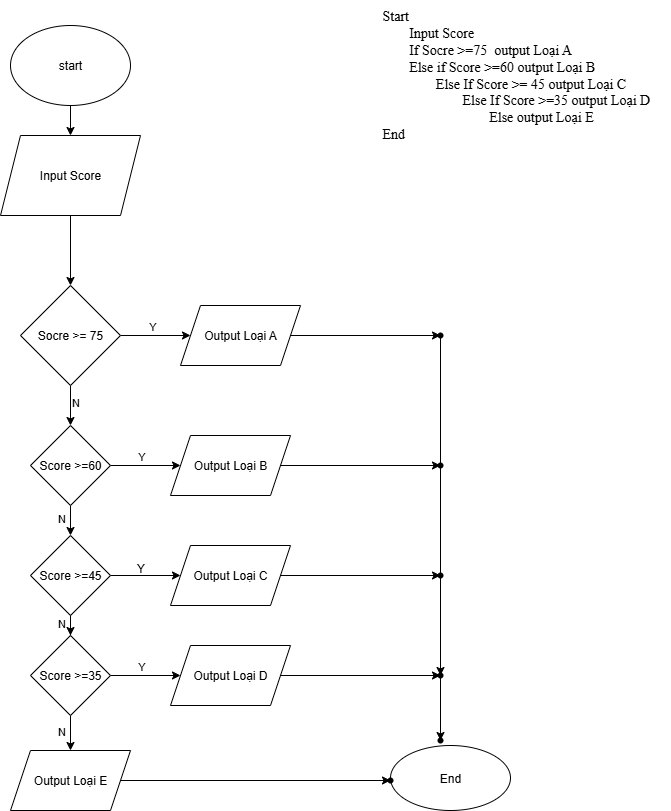
Earlier version of the draw.io export ss3_pseudo/bai5.png (DoanNhatLong/m1_c09). Source tidied: cells renumbered, new cells last; positions are measured from the earlier drawing's top-left corner, leaving out a move shared by most shapes.
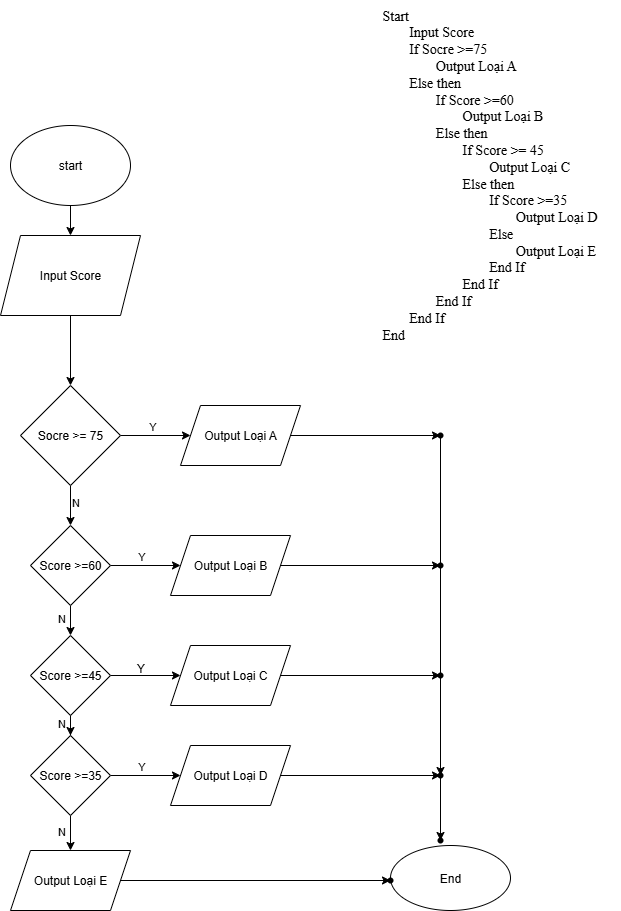
The same file after the commit.

Commit message:
Bai_tap_pseudo

What changed in the source:
```diff
@@ -17,8 +17,8 @@
     <mxCell id="6" value="End" style="ellipse;whiteSpace=wrap;html=1;" parent="1" vertex="1">
       <mxGeometry x="390" y="745" width="120" height="65" as="geometry" />
     </mxCell>
-    <mxCell id="7" value="&lt;font style=&quot;font-size: 14px;&quot; face=&quot;Times New Roman&quot;&gt;Start&lt;br&gt;&lt;span style=&quot;white-space: pre;&quot;&gt;&#9;&lt;/span&gt;Input Score&lt;/font&gt;&lt;div&gt;&lt;font face=&quot;Times New Roman&quot;&gt;&lt;span style=&quot;font-size: 14px;&quot;&gt;&lt;span style=&quot;white-space: pre;&quot;&gt;&#9;&lt;/span&gt;If Socre &amp;gt;=75&amp;nbsp; output Loại A&lt;br&gt;&lt;span style=&quot;white-space: pre;&quot;&gt;&#9;&lt;/span&gt;Else if Score &amp;gt;=60 output Loại B&lt;br&gt;&lt;span style=&quot;white-space: pre;&quot;&gt;&#9;&lt;/span&gt;&lt;span style=&quot;white-space: pre;&quot;&gt;&#9;&lt;/span&gt;Else If Score &amp;gt;= 45 output Loại C&lt;br&gt;&lt;span style=&quot;white-space: pre;&quot;&gt;&#9;&lt;/span&gt;&lt;span style=&quot;white-space: pre;&quot;&gt;&#9;&lt;/span&gt;&lt;span style=&quot;white-space: pre;&quot;&gt;&#9;&lt;/span&gt;Else If Score &amp;gt;=35 output Loại D&lt;br&gt;&lt;span style=&quot;white-space: pre;&quot;&gt;&#9;&lt;/span&gt;&lt;span style=&quot;white-space: pre;&quot;&gt;&#9;&lt;/span&gt;&lt;span style=&quot;white-space: pre;&quot;&gt;&#9;&lt;/span&gt;&lt;span style=&quot;white-space: pre;&quot;&gt;&#9;&lt;/span&gt;Else output Loại E&lt;br&gt;&lt;/span&gt;&lt;/font&gt;&lt;div&gt;&lt;font style=&quot;font-size: 14px;&quot; face=&quot;Times New Roman&quot;&gt;End&lt;/font&gt;&lt;/div&gt;&lt;div&gt;&lt;/div&gt;&lt;/div&gt;" style="text;html=1;align=left;verticalAlign=middle;strokeColor=none;fillColor=none;" parent="1" vertex="1">
-      <mxGeometry x="380" width="290" height="150" as="geometry" />
+    <mxCell id="7" value="&lt;font style=&quot;font-size: 14px;&quot; face=&quot;Times New Roman&quot;&gt;Start&lt;br&gt;&lt;span style=&quot;white-space: pre;&quot;&gt;&#9;&lt;/span&gt;Input Score&lt;/font&gt;&lt;div&gt;&lt;font face=&quot;Times New Roman&quot;&gt;&lt;span style=&quot;font-size: 14px;&quot;&gt;&lt;span style=&quot;white-space: pre;&quot;&gt;&#9;&lt;/span&gt;If Socre &amp;gt;=75&amp;nbsp;&amp;nbsp;&lt;/span&gt;&lt;/font&gt;&lt;/div&gt;&lt;div&gt;&lt;font face=&quot;Times New Roman&quot;&gt;&lt;span style=&quot;font-size: 14px;&quot;&gt;&lt;span style=&quot;white-space: pre;&quot;&gt;&#9;&lt;/span&gt;&lt;span style=&quot;white-space: pre;&quot;&gt;&#9;&lt;/span&gt;Output Loại A&lt;br&gt;&lt;span style=&quot;white-space: pre;&quot;&gt;&#9;&lt;/span&gt;Else then&lt;/span&gt;&lt;/font&gt;&lt;/div&gt;&lt;div&gt;&lt;font face=&quot;Times New Roman&quot;&gt;&lt;span style=&quot;font-size: 14px;&quot;&gt;&lt;span style=&quot;white-space: pre;&quot;&gt;&#9;&lt;/span&gt;&lt;span style=&quot;white-space: pre;&quot;&gt;&#9;&lt;/span&gt;If Score &amp;gt;=60&amp;nbsp;&lt;/span&gt;&lt;/font&gt;&lt;/div&gt;&lt;div&gt;&lt;font face=&quot;Times New Roman&quot;&gt;&lt;span style=&quot;font-size: 14px;&quot;&gt;&lt;span style=&quot;white-space: pre;&quot;&gt;&#9;&lt;/span&gt;&lt;span style=&quot;white-space: pre;&quot;&gt;&#9;&lt;span style=&quot;white-space: pre;&quot;&gt;&#9;&lt;/span&gt;&lt;/span&gt;Output Loại B&lt;br&gt;&lt;span style=&quot;white-space: pre;&quot;&gt;&#9;&lt;/span&gt;&lt;span style=&quot;white-space: pre;&quot;&gt;&#9;&lt;/span&gt;Else then&lt;/span&gt;&lt;/font&gt;&lt;/div&gt;&lt;div&gt;&lt;font face=&quot;Times New Roman&quot;&gt;&lt;span style=&quot;font-size: 14px;&quot;&gt;&lt;span style=&quot;white-space: pre;&quot;&gt;&#9;&lt;/span&gt;&lt;span style=&quot;white-space: pre;&quot;&gt;&#9;&lt;/span&gt;&lt;span style=&quot;white-space: pre;&quot;&gt;&#9;&lt;/span&gt;If Score &amp;gt;= 45&amp;nbsp;&lt;/span&gt;&lt;/font&gt;&lt;/div&gt;&lt;div&gt;&lt;font face=&quot;Times New Roman&quot;&gt;&lt;span style=&quot;font-size: 14px;&quot;&gt;&lt;span style=&quot;white-space: pre;&quot;&gt;&#9;&lt;/span&gt;&lt;span style=&quot;white-space: pre;&quot;&gt;&#9;&lt;/span&gt;&lt;span style=&quot;white-space: pre;&quot;&gt;&#9;&lt;/span&gt;&lt;span style=&quot;white-space: pre;&quot;&gt;&#9;&lt;/span&gt;Output Loại C&lt;br&gt;&lt;span style=&quot;white-space: pre;&quot;&gt;&#9;&lt;/span&gt;&lt;span style=&quot;white-space: pre;&quot;&gt;&#9;&lt;/span&gt;&lt;span style=&quot;white-space: pre;&quot;&gt;&#9;&lt;/span&gt;Else then&amp;nbsp;&lt;/span&gt;&lt;/font&gt;&lt;/div&gt;&lt;div&gt;&lt;font face=&quot;Times New Roman&quot;&gt;&lt;span style=&quot;font-size: 14px;&quot;&gt;&lt;span style=&quot;white-space: pre;&quot;&gt;&#9;&lt;/span&gt;&lt;span style=&quot;white-space: pre;&quot;&gt;&#9;&lt;/span&gt;&lt;span style=&quot;white-space: pre;&quot;&gt;&#9;&lt;/span&gt;&lt;span style=&quot;white-space: pre;&quot;&gt;&#9;&lt;/span&gt;If Score &amp;gt;=35&amp;nbsp;&lt;/span&gt;&lt;/font&gt;&lt;/div&gt;&lt;div&gt;&lt;font face=&quot;Times New Roman&quot;&gt;&lt;span style=&quot;font-size: 14px;&quot;&gt;&lt;span style=&quot;white-space: pre;&quot;&gt;&#9;&lt;/span&gt;&lt;span style=&quot;white-space: pre;&quot;&gt;&#9;&lt;/span&gt;&lt;span style=&quot;white-space: pre;&quot;&gt;&#9;&lt;/span&gt;&lt;span style=&quot;white-space: pre;&quot;&gt;&#9;&lt;/span&gt;&lt;span style=&quot;white-space: pre;&quot;&gt;&#9;&lt;/span&gt;Output Loại D&lt;br&gt;&lt;span style=&quot;white-space: pre;&quot;&gt;&#9;&lt;/span&gt;&lt;span style=&quot;white-space: pre;&quot;&gt;&#9;&lt;/span&gt;&lt;span style=&quot;white-space: pre;&quot;&gt;&#9;&lt;/span&gt;&lt;span style=&quot;white-space: pre;&quot;&gt;&#9;&lt;/span&gt;Else&amp;nbsp;&lt;/span&gt;&lt;/font&gt;&lt;/div&gt;&lt;div&gt;&lt;font face=&quot;Times New Roman&quot;&gt;&lt;span style=&quot;font-size: 14px;&quot;&gt;&lt;span style=&quot;white-space: pre;&quot;&gt;&#9;&lt;/span&gt;&lt;span style=&quot;white-space: pre;&quot;&gt;&#9;&lt;span style=&quot;white-space: pre;&quot;&gt;&#9;&lt;/span&gt;&lt;span style=&quot;white-space: pre;&quot;&gt;&#9;&lt;/span&gt;&lt;span style=&quot;white-space: pre;&quot;&gt;&#9;&lt;/span&gt;O&lt;/span&gt;utput Loại E&lt;/span&gt;&lt;/font&gt;&lt;/div&gt;&lt;div&gt;&lt;font face=&quot;Times New Roman&quot;&gt;&lt;span style=&quot;font-size: 14px;&quot;&gt;&lt;span style=&quot;white-space: pre;&quot;&gt;&#9;&lt;/span&gt;&lt;span style=&quot;white-space: pre;&quot;&gt;&#9;&lt;/span&gt;&lt;span style=&quot;white-space: pre;&quot;&gt;&#9;&lt;/span&gt;&lt;span style=&quot;white-space: pre;&quot;&gt;&#9;&lt;/span&gt;End If&lt;/span&gt;&lt;/font&gt;&lt;/div&gt;&lt;div&gt;&lt;font face=&quot;Times New Roman&quot;&gt;&lt;span style=&quot;font-size: 14px;&quot;&gt;&lt;span style=&quot;white-space: pre;&quot;&gt;&#9;&lt;/span&gt;&lt;span style=&quot;white-space: pre;&quot;&gt;&#9;&lt;/span&gt;&lt;span style=&quot;white-space: pre;&quot;&gt;&#9;&lt;/span&gt;End If&lt;/span&gt;&lt;/font&gt;&lt;/div&gt;&lt;div&gt;&lt;font face=&quot;Times New Roman&quot;&gt;&lt;span style=&quot;font-size: 14px;&quot;&gt;&lt;span style=&quot;white-space: pre;&quot;&gt;&#9;&lt;/span&gt;&lt;span style=&quot;white-space: pre;&quot;&gt;&#9;&lt;/span&gt;End If&lt;/span&gt;&lt;/font&gt;&lt;/div&gt;&lt;div&gt;&lt;font face=&quot;Times New Roman&quot;&gt;&lt;span style=&quot;font-size: 14px;&quot;&gt;&lt;span style=&quot;white-space: pre;&quot;&gt;&#9;&lt;/span&gt;End If&lt;br&gt;&lt;/span&gt;&lt;/font&gt;&lt;div&gt;&lt;font style=&quot;font-size: 14px;&quot; face=&quot;Times New Roman&quot;&gt;End&lt;/font&gt;&lt;/div&gt;&lt;div&gt;&lt;/div&gt;&lt;/div&gt;" style="text;html=1;align=left;verticalAlign=middle;strokeColor=none;fillColor=none;" parent="1" vertex="1">
+      <mxGeometry x="380" y="-100" width="240" height="350" as="geometry" />
     </mxCell>
     <mxCell id="8" style="edgeStyle=orthogonalEdgeStyle;rounded=0;jettySize=auto;html=1;" parent="1" edge="1" source="12" target="19">
       <mxGeometry relative="1" as="geometry" />
```
